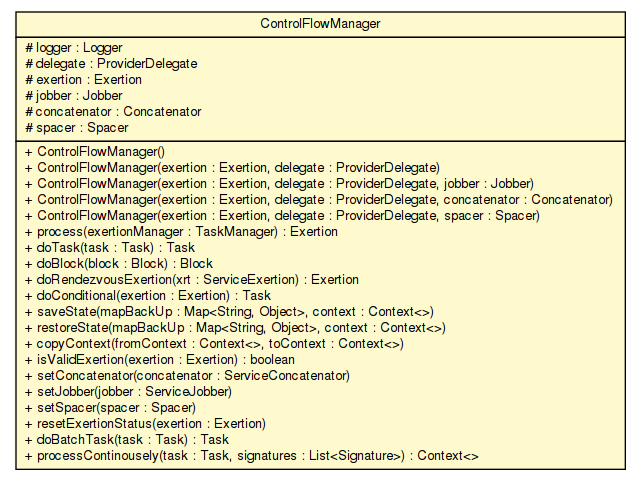
Earlier version of the Graphviz export apidocs/sorcer/core/provider/ControlFlowManager.png (sorcersoft/sorcersoft.github.io). Its source is kept beside it as apidocs/sorcer/core/provider/ControlFlowManager.dot.
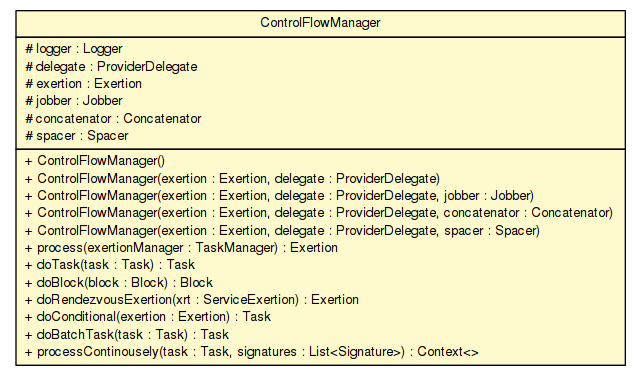
Later version of the same file.

Diff of the diagram source:
```diff
@@ -4,7 +4,7 @@
 	node [fontname="Helvetica",fontsize=10,shape=plaintext];
 	nodesep=0.25;
 	ranksep=0.5;
-	c156476 [label=<<table title="sorcer.core.provider.ControlFlowManager" border="0" cellborder="1" cellspacing="0" cellpadding="2" port="p" bgcolor="lemonChiffon" href="./ControlFlowManager.html">
+	c181662 [label=<<table title="sorcer.core.provider.ControlFlowManager" border="0" cellborder="1" cellspacing="0" cellpadding="2" port="p" bgcolor="lemonChiffon" href="./ControlFlowManager.html">
 		<tr><td><table border="0" cellspacing="0" cellpadding="1">
 <tr><td align="center" balign="center"> ControlFlowManager </td></tr>
 		</table></td></tr>
@@ -27,14 +27,6 @@
 <tr><td align="left" balign="left"> + doBlock(block : Block) : Block </td></tr>
 <tr><td align="left" balign="left"> + doRendezvousExertion(xrt : ServiceExertion) : Exertion </td></tr>
 <tr><td align="left" balign="left"> + doConditional(exertion : Exertion) : Task </td></tr>
-<tr><td align="left" balign="left"> + saveState(mapBackUp : Map&lt;String, Object&gt;, context : Context&lt;&gt;) </td></tr>
-<tr><td align="left" balign="left"> + restoreState(mapBackUp : Map&lt;String, Object&gt;, context : Context&lt;&gt;) </td></tr>
-<tr><td align="left" balign="left"> + copyContext(fromContext : Context&lt;&gt;, toContext : Context&lt;&gt;) </td></tr>
-<tr><td align="left" balign="left"> + isValidExertion(exertion : Exertion) : boolean </td></tr>
-<tr><td align="left" balign="left"> + setConcatenator(concatenator : ServiceConcatenator) </td></tr>
-<tr><td align="left" balign="left"> + setJobber(jobber : ServiceJobber) </td></tr>
-<tr><td align="left" balign="left"> + setSpacer(spacer : Spacer) </td></tr>
-<tr><td align="left" balign="left"> + resetExertionStatus(exertion : Exertion) </td></tr>
 <tr><td align="left" balign="left"> + doBatchTask(task : Task) : Task </td></tr>
 <tr><td align="left" balign="left"> + processContinousely(task : Task, signatures : List&lt;Signature&gt;) : Context&lt;&gt; </td></tr>
 		</table></td></tr>
```
